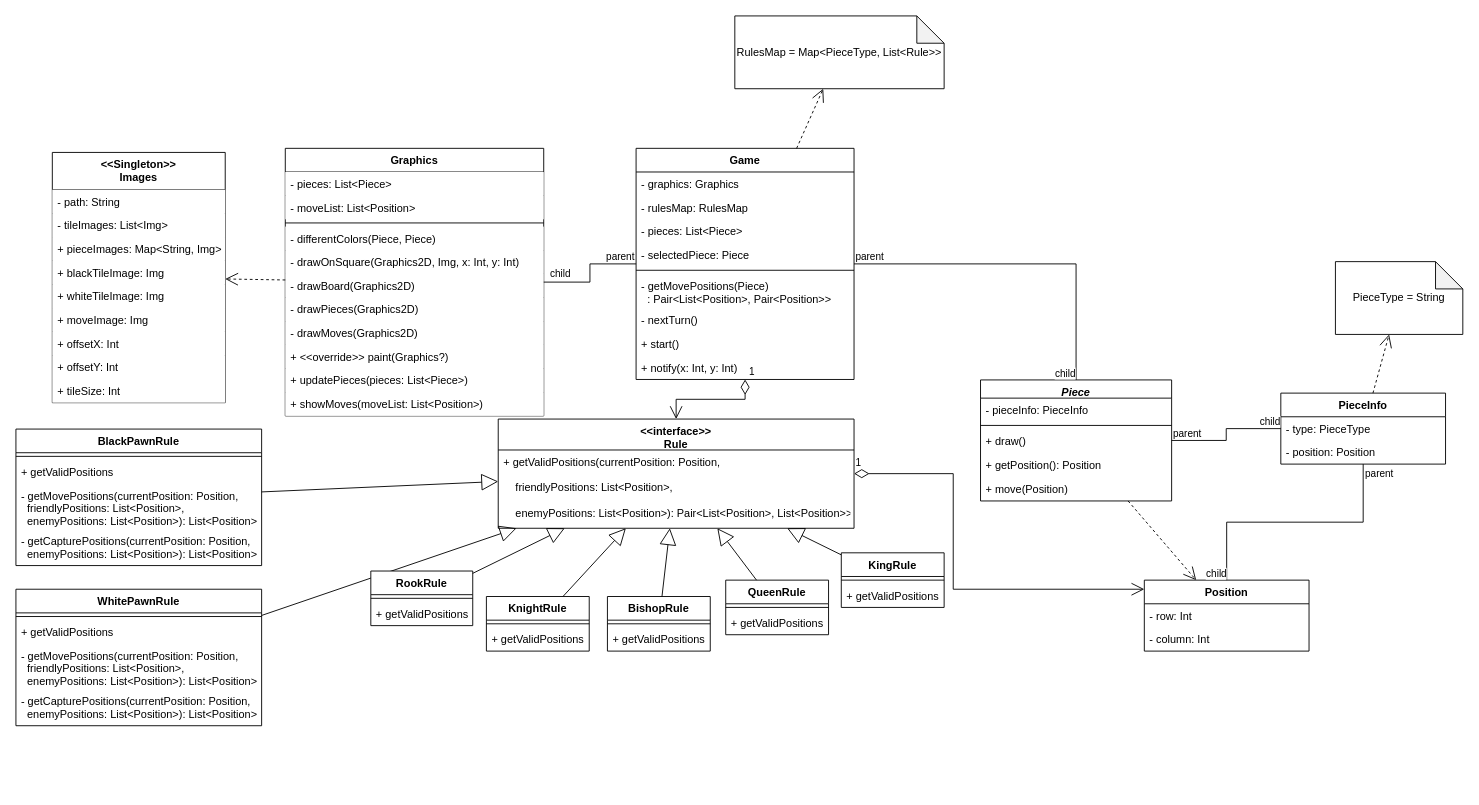
This is class.drawio from invo12/chess, a draw.io file, before an edit. Source tidied: cells renumbered, new cells numbered last; positions are measured from the earlier drawing's top-left corner, leaving out a move shared by most shapes. Both pictures are drawn from the tidied source at 91%, with x=0, y=0 at pixel (15, 15).
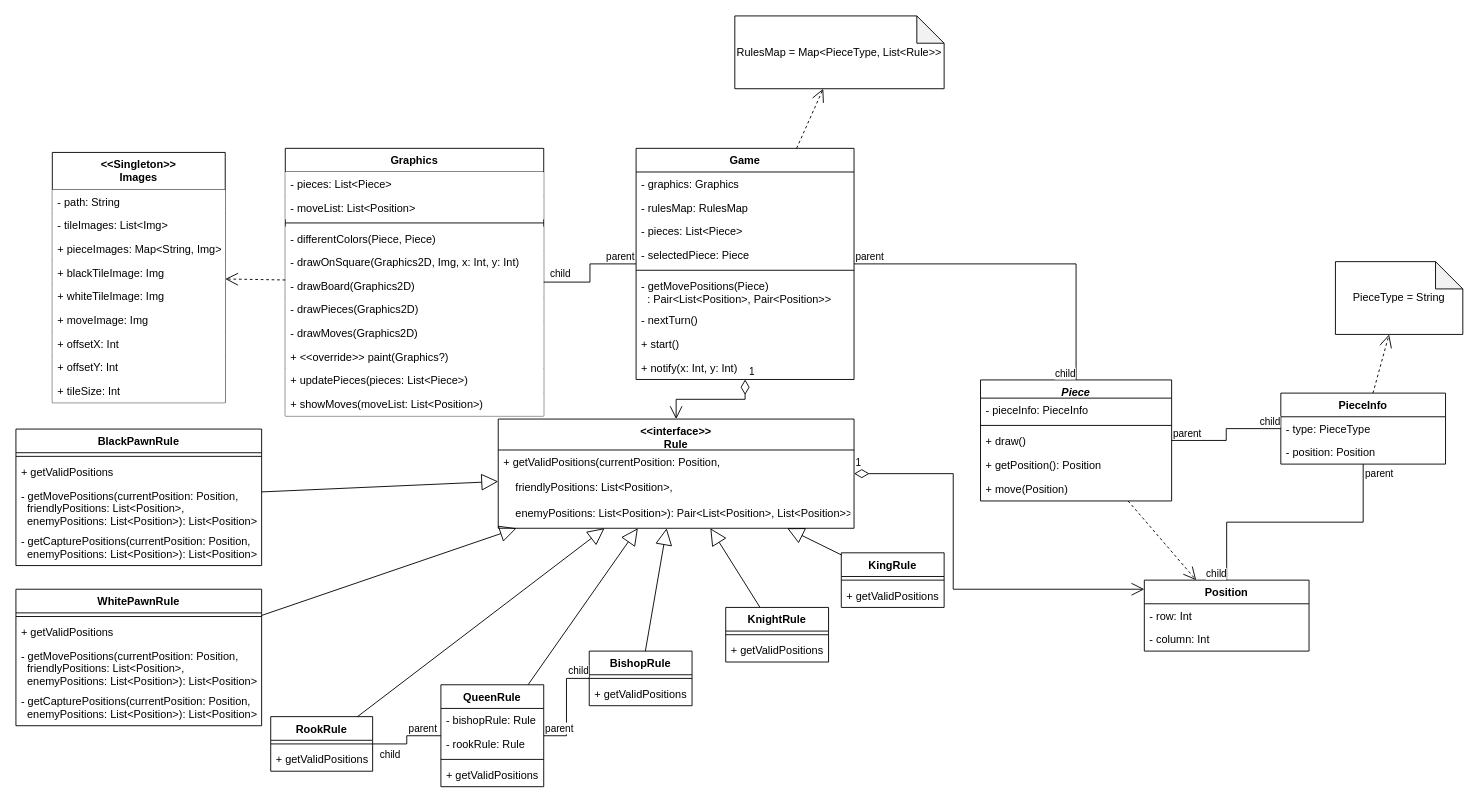
The same diagram, later.

What changed in the source:
```diff
@@
     <mxCell id="18" value="RookRule" style="swimlane;fontStyle=1;align=center;verticalAlign=top;horizontal=1;startSize=26;fillColor=default;" parent="1" vertex="1">
-      <mxGeometry x="390" y="610" width="112" height="60" as="geometry" />
+      <mxGeometry x="280" y="770" width="112" height="60" as="geometry" />
     </mxCell>
@@
     <mxCell id="22" value="KnightRule" style="swimlane;fontStyle=1;align=center;verticalAlign=top;horizontal=1;startSize=26;fillColor=default;" parent="1" vertex="1">
-      <mxGeometry x="517" y="638" width="113" height="60" as="geometry" />
+      <mxGeometry x="780" y="650" width="113" height="60" as="geometry" />
     </mxCell>
@@
     <mxCell id="26" value="BishopRule" style="swimlane;fontStyle=1;align=center;verticalAlign=top;horizontal=1;startSize=26;fillColor=default;" parent="1" vertex="1">
-      <mxGeometry x="650" y="638" width="113" height="60" as="geometry" />
+      <mxGeometry x="630" y="698" width="113" height="60" as="geometry" />
     </mxCell>
@@
     <mxCell id="81" value="QueenRule" style="swimlane;fontStyle=1;align=center;verticalAlign=top;horizontal=1;startSize=26;fillColor=default;" parent="1" vertex="1">
-      <mxGeometry x="780" y="620" width="113" height="60" as="geometry" />
+      <mxGeometry x="467" y="735" width="113" height="112" as="geometry" />
     </mxCell>
+    <mxCell id="83" value="- bishopRule: Rule" style="text;strokeColor=none;fillColor=none;align=left;verticalAlign=top;spacingLeft=4;spacingRight=4;overflow=hidden;" parent="81" vertex="1">
+      <mxGeometry y="26" width="113" height="26" as="geometry" />
+    </mxCell>
+    <mxCell id="100" value="- rookRule: Rule" style="text;strokeColor=none;fillColor=none;align=left;verticalAlign=top;spacingLeft=4;spacingRight=4;overflow=hidden;" parent="81" vertex="1">
+      <mxGeometry y="52" width="113" height="26" as="geometry" />
+    </mxCell>
     <mxCell id="82" style="line;strokeWidth=1;fillColor=none;align=left;verticalAlign=middle;spacingTop=-1;spacingLeft=3;spacingRight=3;labelPosition=right;" parent="81" vertex="1">
-      <mxGeometry y="26" width="113" height="8" as="geometry" />
+      <mxGeometry y="78" width="113" height="8" as="geometry" />
     </mxCell>
-    <mxCell id="83" value="+ getValidPositions" style="text;strokeColor=none;fillColor=none;align=left;verticalAlign=top;spacingLeft=4;spacingRight=4;overflow=hidden;" parent="81" vertex="1">
-      <mxGeometry y="34" width="113" height="26" as="geometry" />
-    </mxCell>
+    <mxCell id="101" value="+ getValidPositions" style="text;strokeColor=none;fillColor=none;align=left;verticalAlign=top;spacingLeft=4;spacingRight=4;overflow=hidden;" parent="81" vertex="1">
+      <mxGeometry y="86" width="113" height="26" as="geometry" />
+    </mxCell>
@@
+    <mxCell id="102" style="endArrow=none;html=1;edgeStyle=orthogonalEdgeStyle;rounded=0;" parent="1" edge="1" source="81" target="26">
+      <mxGeometry relative="1" as="geometry" />
+    </mxCell>
+    <mxCell id="103" value="parent" style="edgeLabel;html=1;align=left;verticalAlign=bottom;" parent="102" vertex="1">
+      <mxGeometry x="-1" relative="1" as="geometry" />
+    </mxCell>
+    <mxCell id="104" value="child" style="edgeLabel;html=1;align=right;verticalAlign=bottom;" parent="102" vertex="1">
+      <mxGeometry x="1" relative="1" as="geometry" />
+    </mxCell>
+    <mxCell id="105" style="endArrow=none;html=1;edgeStyle=orthogonalEdgeStyle;rounded=0;" parent="1" edge="1" source="81" target="18">
+      <mxGeometry relative="1" as="geometry" />
+    </mxCell>
+    <mxCell id="106" value="parent" style="edgeLabel;html=1;align=left;verticalAlign=bottom;" parent="105" vertex="1">
+      <mxGeometry x="-1" relative="1" as="geometry">
+        <mxPoint x="-37" as="offset" />
+      </mxGeometry>
+    </mxCell>
+    <mxCell id="107" value="child" style="edgeLabel;html=1;align=right;verticalAlign=bottom;" parent="105" vertex="1">
+      <mxGeometry x="1" relative="1" as="geometry">
+        <mxPoint x="31" y="20" as="offset" />
+      </mxGeometry>
+    </mxCell>
```
